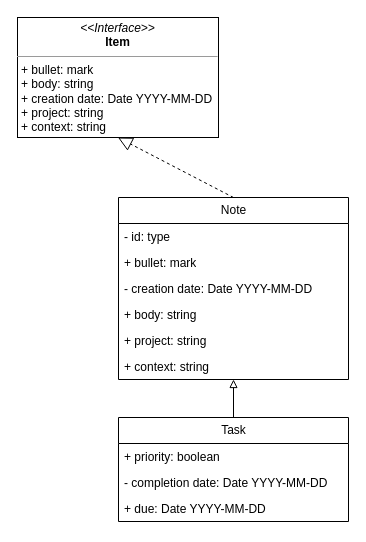
Above: page "Page-2" (2 of 2) of doc/recipe.drawio in rvnkcode/finishUpCLI (draw.io), before the change. Source tidied: cells renumbered, new cells numbered last; positions are measured from the earlier drawing's top-left corner, leaving out a move shared by most shapes. Both pictures are drawn from the tidied source at 100%, with x=0, y=0 at pixel (17, 17).
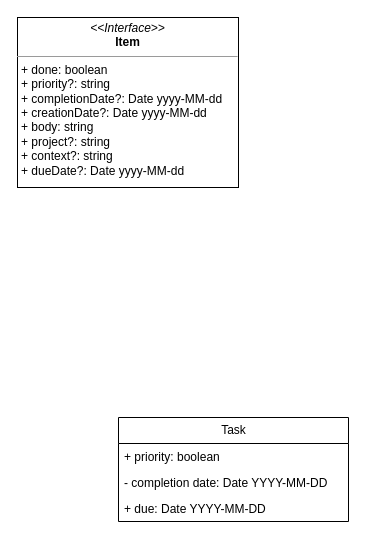
The same diagram, later.

The edit, as a diff of the source:
```diff
@@
 <mxGraphModel>
   <root>
     <mxCell id="0" />
     <mxCell id="1" parent="0" />
-    <mxCell id="2" value="&lt;p style=&quot;margin: 0px ; margin-top: 4px ; text-align: center&quot;&gt;&lt;i&gt;&amp;lt;&amp;lt;Interface&amp;gt;&amp;gt;&lt;/i&gt;&lt;br&gt;&lt;b&gt;Item&lt;/b&gt;&lt;/p&gt;&lt;hr size=&quot;1&quot;&gt;&lt;p style=&quot;margin: 0px ; margin-left: 4px&quot;&gt;+ bullet: mark&lt;br&gt;+ body: string&lt;/p&gt;&lt;p style=&quot;margin: 0px ; margin-left: 4px&quot;&gt;+ creation date: Date YYYY-MM-DD&lt;/p&gt;&lt;p style=&quot;margin: 0px ; margin-left: 4px&quot;&gt;+ project: string&lt;/p&gt;&lt;p style=&quot;margin: 0px ; margin-left: 4px&quot;&gt;+ context: string&lt;br&gt;&lt;/p&gt;" style="verticalAlign=top;align=left;overflow=fill;fontSize=12;fontFamily=Helvetica;html=1;fontColor=default;strokeColor=default;strokeWidth=1;fillColor=default;" parent="1" vertex="1">
-      <mxGeometry width="201" height="120" as="geometry" />
+    <mxCell id="2" value="&lt;p style=&quot;margin: 0px ; margin-top: 4px ; text-align: center&quot;&gt;&lt;i&gt;&amp;lt;&amp;lt;Interface&amp;gt;&amp;gt;&lt;/i&gt;&lt;br&gt;&lt;b&gt;Item&lt;/b&gt;&lt;/p&gt;&lt;hr size=&quot;1&quot;&gt;&lt;p style=&quot;margin: 0px ; margin-left: 4px&quot;&gt;+ done: boolean&lt;br&gt;&lt;/p&gt;&lt;p style=&quot;margin: 0px ; margin-left: 4px&quot;&gt;+ priority?: string&lt;br&gt;&lt;/p&gt;&lt;p style=&quot;margin: 0px ; margin-left: 4px&quot;&gt;+ completionDate?: Date yyyy-MM-dd&lt;br&gt;&lt;/p&gt;&lt;p style=&quot;margin: 0px ; margin-left: 4px&quot;&gt;+ creationDate?: Date yyyy-MM-dd&lt;/p&gt;&lt;p style=&quot;margin: 0px ; margin-left: 4px&quot;&gt;+ body: string&lt;/p&gt;&lt;p style=&quot;margin: 0px ; margin-left: 4px&quot;&gt;+ project?: string&lt;/p&gt;&lt;p style=&quot;margin: 0px ; margin-left: 4px&quot;&gt;+ context?: string&lt;/p&gt;&lt;p style=&quot;margin: 0px ; margin-left: 4px&quot;&gt;+ dueDate?: Date yyyy-MM-dd&lt;br&gt;&lt;/p&gt;" style="verticalAlign=top;align=left;overflow=fill;fontSize=12;fontFamily=Helvetica;html=1;fontColor=default;strokeColor=default;strokeWidth=1;fillColor=default;" parent="1" vertex="1">
+      <mxGeometry width="221" height="170" as="geometry" />
     </mxCell>
-    <mxCell id="3" style="edgeStyle=orthogonalEdgeStyle;rounded=0;jettySize=auto;html=1;entryX=0.5;entryY=1;entryDx=0;entryDy=0;endArrow=block;endFill=0;" parent="1" edge="1" source="4" target="8">
-      <mxGeometry relative="1" as="geometry" />
-    </mxCell>
     <mxCell id="4" value="Task" style="swimlane;fontStyle=0;horizontal=1;startSize=26;fillColor=none;fontFamily=Helvetica;fontSize=12;fontColor=default;strokeColor=default;strokeWidth=1;html=1;" parent="1" vertex="1">
       <mxGeometry x="101" y="400" width="230" height="104" as="geometry" />
     </mxCell>
     <mxCell id="5" value="+ priority: boolean" style="text;strokeColor=none;fillColor=none;align=left;verticalAlign=top;spacingLeft=4;spacingRight=4;overflow=hidden;fontFamily=Helvetica;fontSize=12;fontColor=default;html=1;" parent="4" vertex="1">
       <mxGeometry y="26" width="230" height="26" as="geometry" />
     </mxCell>
     <mxCell id="6" value="&lt;div&gt;- completion date: Date YYYY-MM-DD&lt;/div&gt;" style="text;strokeColor=none;fillColor=none;align=left;verticalAlign=top;spacingLeft=4;spacingRight=4;overflow=hidden;fontFamily=Helvetica;fontSize=12;fontColor=default;html=1;" parent="4" vertex="1">
       <mxGeometry y="52" width="230" height="26" as="geometry" />
     </mxCell>
     <mxCell id="7" value="&lt;div&gt;+ due: Date YYYY-MM-DD&lt;br&gt;&lt;/div&gt;" style="text;strokeColor=none;fillColor=none;align=left;verticalAlign=top;spacingLeft=4;spacingRight=4;overflow=hidden;fontFamily=Helvetica;fontSize=12;fontColor=default;html=1;" parent="4" vertex="1">
       <mxGeometry y="78" width="230" height="26" as="geometry" />
     </mxCell>
-    <mxCell id="8" value="Note" style="swimlane;fontStyle=0;horizontal=1;startSize=26;fillColor=none;fontFamily=Helvetica;fontSize=12;fontColor=default;strokeColor=default;strokeWidth=1;html=1;" parent="1" vertex="1">
-      <mxGeometry x="101" y="180" width="230" height="182" as="geometry" />
-    </mxCell>
-    <mxCell id="9" value="- id: type" style="text;strokeColor=none;fillColor=none;align=left;verticalAlign=top;spacingLeft=4;spacingRight=4;overflow=hidden;fontFamily=Helvetica;fontSize=12;fontColor=default;html=1;" parent="8" vertex="1">
-      <mxGeometry y="26" width="230" height="26" as="geometry" />
-    </mxCell>
-    <mxCell id="10" value="+ bullet: mark" style="text;strokeColor=none;fillColor=none;align=left;verticalAlign=top;spacingLeft=4;spacingRight=4;overflow=hidden;fontFamily=Helvetica;fontSize=12;fontColor=default;html=1;" parent="8" vertex="1">
-      <mxGeometry y="52" width="230" height="26" as="geometry" />
-    </mxCell>
-    <mxCell id="11" value="- creation date: Date YYYY-MM-DD" style="text;strokeColor=none;fillColor=none;align=left;verticalAlign=top;spacingLeft=4;spacingRight=4;overflow=hidden;fontFamily=Helvetica;fontSize=12;fontColor=default;html=1;" parent="8" vertex="1">
-      <mxGeometry y="78" width="230" height="26" as="geometry" />
-    </mxCell>
-    <mxCell id="12" value="&lt;div&gt;+ body: string&lt;/div&gt;" style="text;strokeColor=none;fillColor=none;align=left;verticalAlign=top;spacingLeft=4;spacingRight=4;overflow=hidden;fontFamily=Helvetica;fontSize=12;fontColor=default;html=1;" parent="8" vertex="1">
-      <mxGeometry y="104" width="230" height="26" as="geometry" />
-    </mxCell>
-    <mxCell id="13" value="&lt;div&gt;+ project: string&lt;/div&gt;" style="text;strokeColor=none;fillColor=none;align=left;verticalAlign=top;spacingLeft=4;spacingRight=4;overflow=hidden;fontFamily=Helvetica;fontSize=12;fontColor=default;html=1;" parent="8" vertex="1">
-      <mxGeometry y="130" width="230" height="26" as="geometry" />
-    </mxCell>
-    <mxCell id="14" value="&lt;div&gt;+ context: string&lt;/div&gt;" style="text;strokeColor=none;fillColor=none;align=left;verticalAlign=top;spacingLeft=4;spacingRight=4;overflow=hidden;fontFamily=Helvetica;fontSize=12;fontColor=default;html=1;" parent="8" vertex="1">
-      <mxGeometry y="156" width="230" height="26" as="geometry" />
-    </mxCell>
-    <mxCell id="15" style="endArrow=block;dashed=1;endFill=0;endSize=12;html=1;rounded=0;fontFamily=Helvetica;fontSize=12;fontColor=default;strokeWidth=1;entryX=0.5;entryY=1;entryDx=0;entryDy=0;exitX=0.5;exitY=0;exitDx=0;exitDy=0;" parent="1" edge="1" source="8" target="2">
-      <mxGeometry relative="1" as="geometry" />
-    </mxCell>
   </root>
 </mxGraphModel>
```
